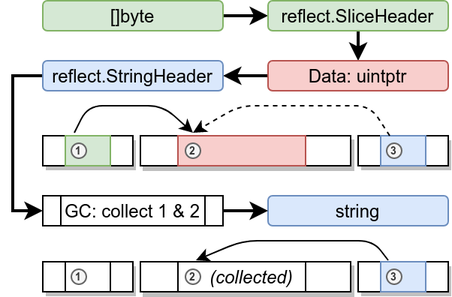
Earlier version of the draw.io export thesis/assets/figures/gcrace-vuln.png (jlauinger/master-of-science). Source tidied: cells renumbered, new cells last; positions are measured from the earlier drawing's top-left corner, leaving out a move shared by most shapes. The source it was exported from:
```xml
<mxGraphModel>
  <root>
    <mxCell id="0" />
    <mxCell id="1" parent="0" />
    <mxCell id="2" style="edgeStyle=orthogonalEdgeStyle;rounded=0;jettySize=auto;html=1;exitX=1;exitY=0.5;exitDx=0;exitDy=0;entryX=0;entryY=0.5;entryDx=0;entryDy=0;strokeWidth=2;" parent="1" edge="1" source="3" target="5">
      <mxGeometry relative="1" as="geometry" />
    </mxCell>
    <mxCell id="3" value="[]byte" style="rounded=1;whiteSpace=wrap;html=1;fillColor=#d5e8d4;strokeColor=#82b366;" parent="1" vertex="1">
      <mxGeometry width="120" height="20" as="geometry" />
    </mxCell>
    <mxCell id="4" style="edgeStyle=orthogonalEdgeStyle;rounded=0;jettySize=auto;html=1;exitX=0.5;exitY=1;exitDx=0;exitDy=0;entryX=0.5;entryY=0;entryDx=0;entryDy=0;strokeWidth=2;" parent="1" edge="1" source="5" target="7">
      <mxGeometry relative="1" as="geometry" />
    </mxCell>
    <mxCell id="5" value="reflect.SliceHeader" style="rounded=1;whiteSpace=wrap;html=1;fillColor=#d5e8d4;strokeColor=#82b366;" parent="1" vertex="1">
      <mxGeometry x="150" width="120" height="20" as="geometry" />
    </mxCell>
    <mxCell id="6" style="edgeStyle=orthogonalEdgeStyle;rounded=0;jettySize=auto;html=1;exitX=0;exitY=0.5;exitDx=0;exitDy=0;entryX=1;entryY=0.5;entryDx=0;entryDy=0;strokeWidth=2;" parent="1" edge="1" source="7" target="9">
      <mxGeometry relative="1" as="geometry" />
    </mxCell>
    <mxCell id="7" value="Data: uintptr" style="rounded=1;whiteSpace=wrap;html=1;fillColor=#f8cecc;strokeColor=#b85450;" parent="1" vertex="1">
      <mxGeometry x="150" y="40" width="120" height="20" as="geometry" />
    </mxCell>
    <mxCell id="8" style="edgeStyle=orthogonalEdgeStyle;rounded=0;jettySize=auto;html=1;exitX=0;exitY=0.5;exitDx=0;exitDy=0;entryX=0;entryY=0.5;entryDx=0;entryDy=0;strokeWidth=2;" parent="1" edge="1" source="9" target="12">
      <mxGeometry relative="1" as="geometry" />
    </mxCell>
    <mxCell id="9" value="reflect.StringHeader" style="rounded=1;whiteSpace=wrap;html=1;fillColor=#dae8fc;strokeColor=#6c8ebf;" parent="1" vertex="1">
      <mxGeometry y="40" width="120" height="20" as="geometry" />
    </mxCell>
    <mxCell id="10" value="string" style="rounded=1;whiteSpace=wrap;html=1;fillColor=#dae8fc;strokeColor=#6c8ebf;" parent="1" vertex="1">
      <mxGeometry x="150" y="130" width="120" height="20" as="geometry" />
    </mxCell>
    <mxCell id="11" style="edgeStyle=orthogonalEdgeStyle;rounded=0;jettySize=auto;html=1;exitX=1;exitY=0.5;exitDx=0;exitDy=0;entryX=0;entryY=0.5;entryDx=0;entryDy=0;strokeWidth=2;" parent="1" edge="1" source="12" target="10">
      <mxGeometry relative="1" as="geometry" />
    </mxCell>
    <mxCell id="12" value="GC: collect 1 &amp;amp; 2" style="shape=process;whiteSpace=wrap;html=1;backgroundOutline=1;" parent="1" vertex="1">
      <mxGeometry y="130" width="120" height="20" as="geometry" />
    </mxCell>
    <mxCell id="13" style="rounded=0;whiteSpace=wrap;html=1;strokeColor=#000000;comic=0;shadow=1;" parent="1" vertex="1">
      <mxGeometry x="65" y="90" width="140" height="20" as="geometry" />
    </mxCell>
    <mxCell id="14" style="rounded=0;whiteSpace=wrap;html=1;strokeColor=#b85450;fillColor=#f8cecc;" parent="1" vertex="1">
      <mxGeometry x="90" y="90" width="85" height="20" as="geometry" />
    </mxCell>
    <mxCell id="15" style="verticalLabelPosition=bottom;verticalAlign=top;html=1;shape=mxgraph.basic.rect;fillColor2=none;strokeWidth=1;size=20;indent=5;shadow=1;comic=0;" parent="1" vertex="1">
      <mxGeometry x="210" y="90" width="60" height="20" as="geometry" />
    </mxCell>
    <mxCell id="16" style="verticalLabelPosition=bottom;verticalAlign=top;html=1;shape=mxgraph.basic.rect;fillColor2=none;strokeWidth=1;size=20;indent=5;shadow=0;comic=0;fillColor=#dae8fc;strokeColor=#6c8ebf;" parent="1" vertex="1">
      <mxGeometry x="225" y="90" width="30" height="20" as="geometry" />
    </mxCell>
    <mxCell id="17" style="verticalLabelPosition=bottom;verticalAlign=top;html=1;shape=mxgraph.basic.rect;fillColor2=none;strokeWidth=1;size=20;indent=5;shadow=1;comic=0;" parent="1" vertex="1">
      <mxGeometry y="90" width="60" height="20" as="geometry" />
    </mxCell>
    <mxCell id="18" style="verticalLabelPosition=bottom;verticalAlign=top;html=1;shape=mxgraph.basic.rect;fillColor2=none;strokeWidth=1;size=20;indent=5;shadow=0;comic=0;fillColor=#d5e8d4;strokeColor=#82b366;" parent="1" vertex="1">
      <mxGeometry x="15" y="90" width="30" height="20" as="geometry" />
    </mxCell>
    <mxCell id="19" style="rounded=0;whiteSpace=wrap;html=1;strokeColor=#000000;comic=0;shadow=1;" parent="1" vertex="1">
      <mxGeometry x="65" y="174" width="140" height="20" as="geometry" />
    </mxCell>
    <mxCell id="20" value="&lt;i&gt;&amp;nbsp; &amp;nbsp; (collected)&lt;/i&gt;" style="rounded=0;whiteSpace=wrap;html=1;" parent="1" vertex="1">
      <mxGeometry x="90" y="174" width="85" height="20" as="geometry" />
    </mxCell>
    <mxCell id="21" style="verticalLabelPosition=bottom;verticalAlign=top;html=1;shape=mxgraph.basic.rect;fillColor2=none;strokeWidth=1;size=20;indent=5;shadow=1;comic=0;" parent="1" vertex="1">
      <mxGeometry x="210" y="174" width="60" height="20" as="geometry" />
    </mxCell>
    <mxCell id="22" style="verticalLabelPosition=bottom;verticalAlign=top;html=1;shape=mxgraph.basic.rect;fillColor2=none;strokeWidth=1;size=20;indent=5;shadow=0;comic=0;fillColor=#dae8fc;strokeColor=#6c8ebf;" parent="1" vertex="1">
      <mxGeometry x="225" y="174" width="30" height="20" as="geometry" />
    </mxCell>
    <mxCell id="23" style="verticalLabelPosition=bottom;verticalAlign=top;html=1;shape=mxgraph.basic.rect;fillColor2=none;strokeWidth=1;size=20;indent=5;shadow=1;comic=0;" parent="1" vertex="1">
      <mxGeometry y="174" width="60" height="20" as="geometry" />
    </mxCell>
    <mxCell id="24" style="verticalLabelPosition=bottom;verticalAlign=bottom;html=1;shape=mxgraph.basic.rect;fillColor2=none;strokeWidth=1;size=20;indent=5;shadow=0;comic=0;horizontal=1;" parent="1" vertex="1">
      <mxGeometry x="15" y="174" width="30" height="20" as="geometry" />
    </mxCell>
    <mxCell id="25" style="endArrow=classic;html=1;entryX=0.141;entryY=-0.05;entryDx=0;entryDy=0;entryPerimeter=0;" parent="1" edge="1" target="20">
      <mxGeometry relative="1" as="geometry">
        <mxPoint x="230" y="173" as="sourcePoint" />
        <Array as="points">
          <mxPoint x="220" y="160" />
          <mxPoint x="133" y="160" />
        </Array>
      </mxGeometry>
    </mxCell>
    <mxCell id="26" style="endArrow=classic;html=1;exitX=0.267;exitY=0.05;exitDx=0;exitDy=0;exitPerimeter=0;entryX=0.141;entryY=-0.05;entryDx=0;entryDy=0;entryPerimeter=0;dashed=1;" parent="1" edge="1">
      <mxGeometry relative="1" as="geometry">
        <mxPoint x="231" y="90" as="sourcePoint" />
        <mxPoint x="100" y="88" as="targetPoint" />
        <Array as="points">
          <mxPoint x="218" y="70" />
          <mxPoint x="131" y="70" />
        </Array>
      </mxGeometry>
    </mxCell>
    <mxCell id="27" style="endArrow=classic;html=1;exitX=0.2;exitY=-0.1;exitDx=0;exitDy=0;exitPerimeter=0;" parent="1" edge="1" source="18">
      <mxGeometry relative="1" as="geometry">
        <mxPoint x="100" y="88" as="targetPoint" />
        <Array as="points">
          <mxPoint x="30" y="70" />
          <mxPoint x="80" y="70" />
        </Array>
      </mxGeometry>
    </mxCell>
    <mxCell id="28" value="&lt;font style=&quot;font-size: 7px&quot;&gt;&lt;b&gt;1&lt;/b&gt;&lt;/font&gt;" style="ellipse;whiteSpace=wrap;html=1;shadow=0;comic=0;strokeColor=#666666;fillColor=#f5f5f5;fontColor=#333333;verticalAlign=bottom;spacing=-1;" parent="1" vertex="1">
      <mxGeometry x="19" y="95" width="10" height="10" as="geometry" />
    </mxCell>
    <mxCell id="29" value="&lt;font style=&quot;font-size: 7px&quot;&gt;&lt;b&gt;2&lt;/b&gt;&lt;/font&gt;" style="ellipse;whiteSpace=wrap;html=1;shadow=0;comic=0;strokeColor=#666666;fillColor=#f5f5f5;fontColor=#333333;verticalAlign=bottom;spacing=-1;" parent="1" vertex="1">
      <mxGeometry x="95" y="95" width="10" height="10" as="geometry" />
    </mxCell>
    <mxCell id="30" value="&lt;font style=&quot;font-size: 7px&quot;&gt;&lt;b&gt;3&lt;/b&gt;&lt;/font&gt;" style="ellipse;whiteSpace=wrap;html=1;shadow=0;comic=0;strokeColor=#666666;fillColor=#f5f5f5;fontColor=#333333;verticalAlign=bottom;spacing=-1;" parent="1" vertex="1">
      <mxGeometry x="229" y="95" width="10" height="10" as="geometry" />
    </mxCell>
    <mxCell id="31" value="&lt;font style=&quot;font-size: 7px&quot;&gt;&lt;b&gt;1&lt;/b&gt;&lt;/font&gt;" style="ellipse;whiteSpace=wrap;html=1;shadow=0;comic=0;strokeColor=#666666;fillColor=#f5f5f5;fontColor=#333333;verticalAlign=bottom;spacing=-1;" parent="1" vertex="1">
      <mxGeometry x="19" y="179" width="10" height="10" as="geometry" />
    </mxCell>
    <mxCell id="32" value="&lt;font style=&quot;font-size: 7px&quot;&gt;&lt;b&gt;2&lt;/b&gt;&lt;/font&gt;" style="ellipse;whiteSpace=wrap;html=1;shadow=0;comic=0;strokeColor=#666666;fillColor=#f5f5f5;fontColor=#333333;verticalAlign=bottom;spacing=-1;" parent="1" vertex="1">
      <mxGeometry x="95" y="179" width="10" height="10" as="geometry" />
    </mxCell>
    <mxCell id="33" value="&lt;font style=&quot;font-size: 7px&quot;&gt;&lt;b&gt;3&lt;/b&gt;&lt;/font&gt;" style="ellipse;whiteSpace=wrap;html=1;shadow=0;comic=0;strokeColor=#666666;fillColor=#f5f5f5;fontColor=#333333;verticalAlign=bottom;spacing=-1;" parent="1" vertex="1">
      <mxGeometry x="229" y="179" width="10" height="10" as="geometry" />
    </mxCell>
  </root>
</mxGraphModel>
```
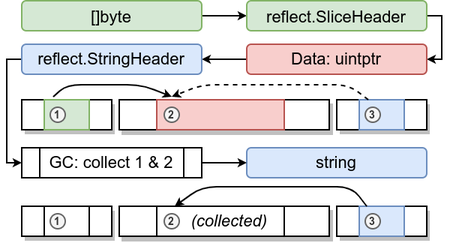
Above is the later version.

Commit message:
add references, make gcrace figure more compact

The edit, as a diff of the source:
```diff
@@ -2,120 +2,131 @@
   <root>
     <mxCell id="0" />
     <mxCell id="1" parent="0" />
-    <mxCell id="2" style="edgeStyle=orthogonalEdgeStyle;rounded=0;jettySize=auto;html=1;exitX=1;exitY=0.5;exitDx=0;exitDy=0;entryX=0;entryY=0.5;entryDx=0;entryDy=0;strokeWidth=2;" parent="1" edge="1" source="3" target="5">
+    <mxCell id="2" style="edgeStyle=orthogonalEdgeStyle;rounded=0;jettySize=auto;html=1;exitX=1;exitY=0.5;exitDx=0;exitDy=0;entryX=0;entryY=0.5;entryDx=0;entryDy=0;strokeWidth=1;endSize=3;" parent="1" edge="1" source="3" target="5">
       <mxGeometry relative="1" as="geometry" />
     </mxCell>
-    <mxCell id="3" value="[]byte" style="rounded=1;whiteSpace=wrap;html=1;fillColor=#d5e8d4;strokeColor=#82b366;" parent="1" vertex="1">
+    <mxCell id="3" value="&lt;font style=&quot;font-size: 11px&quot;&gt;[]byte&lt;/font&gt;" style="rounded=1;whiteSpace=wrap;html=1;fillColor=#d5e8d4;strokeColor=#82b366;" parent="1" vertex="1">
       <mxGeometry width="120" height="20" as="geometry" />
     </mxCell>
-    <mxCell id="4" style="edgeStyle=orthogonalEdgeStyle;rounded=0;jettySize=auto;html=1;exitX=0.5;exitY=1;exitDx=0;exitDy=0;entryX=0.5;entryY=0;entryDx=0;entryDy=0;strokeWidth=2;" parent="1" edge="1" source="5" target="7">
-      <mxGeometry relative="1" as="geometry" />
+    <mxCell id="4" style="edgeStyle=orthogonalEdgeStyle;rounded=0;jumpSize=6;jettySize=auto;html=1;exitX=1;exitY=0.5;exitDx=0;exitDy=0;entryX=1;entryY=0.5;entryDx=0;entryDy=0;endSize=3;strokeWidth=1;fontSize=11;" parent="1" edge="1" source="5" target="7">
+      <mxGeometry relative="1" as="geometry">
+        <Array as="points">
+          <mxPoint x="280" y="10" />
+          <mxPoint x="280" y="39" />
+        </Array>
+      </mxGeometry>
     </mxCell>
-    <mxCell id="5" value="reflect.SliceHeader" style="rounded=1;whiteSpace=wrap;html=1;fillColor=#d5e8d4;strokeColor=#82b366;" parent="1" vertex="1">
+    <mxCell id="5" value="&lt;font style=&quot;font-size: 11px&quot;&gt;reflect.SliceHeader&lt;/font&gt;" style="rounded=1;whiteSpace=wrap;html=1;fillColor=#d5e8d4;strokeColor=#82b366;" parent="1" vertex="1">
       <mxGeometry x="150" width="120" height="20" as="geometry" />
     </mxCell>
-    <mxCell id="6" style="edgeStyle=orthogonalEdgeStyle;rounded=0;jettySize=auto;html=1;exitX=0;exitY=0.5;exitDx=0;exitDy=0;entryX=1;entryY=0.5;entryDx=0;entryDy=0;strokeWidth=2;" parent="1" edge="1" source="7" target="9">
+    <mxCell id="6" style="edgeStyle=orthogonalEdgeStyle;rounded=0;jettySize=auto;html=1;exitX=0;exitY=0.5;exitDx=0;exitDy=0;entryX=1;entryY=0.5;entryDx=0;entryDy=0;strokeWidth=1;endSize=3;" parent="1" edge="1" source="7" target="9">
       <mxGeometry relative="1" as="geometry" />
     </mxCell>
-    <mxCell id="7" value="Data: uintptr" style="rounded=1;whiteSpace=wrap;html=1;fillColor=#f8cecc;strokeColor=#b85450;" parent="1" vertex="1">
-      <mxGeometry x="150" y="40" width="120" height="20" as="geometry" />
+    <mxCell id="7" value="Data: uintptr" style="rounded=1;whiteSpace=wrap;html=1;fillColor=#f8cecc;strokeColor=#b85450;fontSize=11;" parent="1" vertex="1">
+      <mxGeometry x="150" y="29" width="120" height="20" as="geometry" />
     </mxCell>
-    <mxCell id="8" style="edgeStyle=orthogonalEdgeStyle;rounded=0;jettySize=auto;html=1;exitX=0;exitY=0.5;exitDx=0;exitDy=0;entryX=0;entryY=0.5;entryDx=0;entryDy=0;strokeWidth=2;" parent="1" edge="1" source="9" target="12">
-      <mxGeometry relative="1" as="geometry" />
+    <mxCell id="8" style="edgeStyle=orthogonalEdgeStyle;rounded=0;jettySize=auto;html=1;exitX=0;exitY=0.5;exitDx=0;exitDy=0;entryX=0;entryY=0.5;entryDx=0;entryDy=0;strokeWidth=1;endSize=3;" parent="1" edge="1" source="9" target="12">
+      <mxGeometry relative="1" as="geometry">
+        <Array as="points">
+          <mxPoint x="-10" y="39" />
+          <mxPoint x="-10" y="108" />
+        </Array>
+      </mxGeometry>
     </mxCell>
-    <mxCell id="9" value="reflect.StringHeader" style="rounded=1;whiteSpace=wrap;html=1;fillColor=#dae8fc;strokeColor=#6c8ebf;" parent="1" vertex="1">
-      <mxGeometry y="40" width="120" height="20" as="geometry" />
+    <mxCell id="9" value="reflect.StringHeader" style="rounded=1;whiteSpace=wrap;html=1;fillColor=#dae8fc;strokeColor=#6c8ebf;fontSize=11;" parent="1" vertex="1">
+      <mxGeometry y="29" width="120" height="20" as="geometry" />
     </mxCell>
-    <mxCell id="10" value="string" style="rounded=1;whiteSpace=wrap;html=1;fillColor=#dae8fc;strokeColor=#6c8ebf;" parent="1" vertex="1">
-      <mxGeometry x="150" y="130" width="120" height="20" as="geometry" />
+    <mxCell id="10" value="string" style="rounded=1;whiteSpace=wrap;html=1;fillColor=#dae8fc;strokeColor=#6c8ebf;fontSize=11;" parent="1" vertex="1">
+      <mxGeometry x="150" y="98" width="120" height="20" as="geometry" />
     </mxCell>
-    <mxCell id="11" style="edgeStyle=orthogonalEdgeStyle;rounded=0;jettySize=auto;html=1;exitX=1;exitY=0.5;exitDx=0;exitDy=0;entryX=0;entryY=0.5;entryDx=0;entryDy=0;strokeWidth=2;" parent="1" edge="1" source="12" target="10">
+    <mxCell id="11" style="edgeStyle=orthogonalEdgeStyle;rounded=0;jettySize=auto;html=1;exitX=1;exitY=0.5;exitDx=0;exitDy=0;entryX=0;entryY=0.5;entryDx=0;entryDy=0;strokeWidth=1;jumpSize=6;endSize=3;" parent="1" edge="1" source="12" target="10">
       <mxGeometry relative="1" as="geometry" />
     </mxCell>
-    <mxCell id="12" value="GC: collect 1 &amp;amp; 2" style="shape=process;whiteSpace=wrap;html=1;backgroundOutline=1;" parent="1" vertex="1">
-      <mxGeometry y="130" width="120" height="20" as="geometry" />
+    <mxCell id="12" value="GC: collect 1 &amp;amp; 2" style="shape=process;whiteSpace=wrap;html=1;backgroundOutline=1;fontSize=11;" parent="1" vertex="1">
+      <mxGeometry y="98" width="120" height="20" as="geometry" />
     </mxCell>
     <mxCell id="13" style="rounded=0;whiteSpace=wrap;html=1;strokeColor=#000000;comic=0;shadow=1;" parent="1" vertex="1">
-      <mxGeometry x="65" y="90" width="140" height="20" as="geometry" />
+      <mxGeometry x="65" y="66" width="140" height="20" as="geometry" />
     </mxCell>
     <mxCell id="14" style="rounded=0;whiteSpace=wrap;html=1;strokeColor=#b85450;fillColor=#f8cecc;" parent="1" vertex="1">
-      <mxGeometry x="90" y="90" width="85" height="20" as="geometry" />
+      <mxGeometry x="90" y="66" width="85" height="20" as="geometry" />
     </mxCell>
     <mxCell id="15" style="verticalLabelPosition=bottom;verticalAlign=top;html=1;shape=mxgraph.basic.rect;fillColor2=none;strokeWidth=1;size=20;indent=5;shadow=1;comic=0;" parent="1" vertex="1">
-      <mxGeometry x="210" y="90" width="60" height="20" as="geometry" />
+      <mxGeometry x="210" y="66" width="60" height="20" as="geometry" />
     </mxCell>
     <mxCell id="16" style="verticalLabelPosition=bottom;verticalAlign=top;html=1;shape=mxgraph.basic.rect;fillColor2=none;strokeWidth=1;size=20;indent=5;shadow=0;comic=0;fillColor=#dae8fc;strokeColor=#6c8ebf;" parent="1" vertex="1">
-      <mxGeometry x="225" y="90" width="30" height="20" as="geometry" />
+      <mxGeometry x="225" y="66" width="30" height="20" as="geometry" />
     </mxCell>
     <mxCell id="17" style="verticalLabelPosition=bottom;verticalAlign=top;html=1;shape=mxgraph.basic.rect;fillColor2=none;strokeWidth=1;size=20;indent=5;shadow=1;comic=0;" parent="1" vertex="1">
-      <mxGeometry y="90" width="60" height="20" as="geometry" />
+      <mxGeometry y="66" width="60" height="20" as="geometry" />
     </mxCell>
     <mxCell id="18" style="verticalLabelPosition=bottom;verticalAlign=top;html=1;shape=mxgraph.basic.rect;fillColor2=none;strokeWidth=1;size=20;indent=5;shadow=0;comic=0;fillColor=#d5e8d4;strokeColor=#82b366;" parent="1" vertex="1">
-      <mxGeometry x="15" y="90" width="30" height="20" as="geometry" />
+      <mxGeometry x="15" y="66" width="30" height="20" as="geometry" />
     </mxCell>
     <mxCell id="19" style="rounded=0;whiteSpace=wrap;html=1;strokeColor=#000000;comic=0;shadow=1;" parent="1" vertex="1">
-      <mxGeometry x="65" y="174" width="140" height="20" as="geometry" />
+      <mxGeometry x="65" y="137" width="140" height="20" as="geometry" />
     </mxCell>
-    <mxCell id="20" value="&lt;i&gt;&amp;nbsp; &amp;nbsp; (collected)&lt;/i&gt;" style="rounded=0;whiteSpace=wrap;html=1;" parent="1" vertex="1">
-      <mxGeometry x="90" y="174" width="85" height="20" as="geometry" />
+    <mxCell id="20" value="&lt;i style=&quot;font-size: 11px;&quot;&gt;&amp;nbsp; &amp;nbsp; (collected)&lt;/i&gt;" style="rounded=0;whiteSpace=wrap;html=1;fontSize=11;" parent="1" vertex="1">
+      <mxGeometry x="90" y="137" width="85" height="20" as="geometry" />
     </mxCell>
     <mxCell id="21" style="verticalLabelPosition=bottom;verticalAlign=top;html=1;shape=mxgraph.basic.rect;fillColor2=none;strokeWidth=1;size=20;indent=5;shadow=1;comic=0;" parent="1" vertex="1">
-      <mxGeometry x="210" y="174" width="60" height="20" as="geometry" />
+      <mxGeometry x="210" y="137" width="60" height="20" as="geometry" />
     </mxCell>
     <mxCell id="22" style="verticalLabelPosition=bottom;verticalAlign=top;html=1;shape=mxgraph.basic.rect;fillColor2=none;strokeWidth=1;size=20;indent=5;shadow=0;comic=0;fillColor=#dae8fc;strokeColor=#6c8ebf;" parent="1" vertex="1">
-      <mxGeometry x="225" y="174" width="30" height="20" as="geometry" />
+      <mxGeometry x="225" y="137" width="30" height="20" as="geometry" />
     </mxCell>
     <mxCell id="23" style="verticalLabelPosition=bottom;verticalAlign=top;html=1;shape=mxgraph.basic.rect;fillColor2=none;strokeWidth=1;size=20;indent=5;shadow=1;comic=0;" parent="1" vertex="1">
-      <mxGeometry y="174" width="60" height="20" as="geometry" />
+      <mxGeometry y="137" width="60" height="20" as="geometry" />
     </mxCell>
     <mxCell id="24" style="verticalLabelPosition=bottom;verticalAlign=bottom;html=1;shape=mxgraph.basic.rect;fillColor2=none;strokeWidth=1;size=20;indent=5;shadow=0;comic=0;horizontal=1;" parent="1" vertex="1">
-      <mxGeometry x="15" y="174" width="30" height="20" as="geometry" />
+      <mxGeometry x="15" y="137" width="30" height="20" as="geometry" />
     </mxCell>
-    <mxCell id="25" style="endArrow=classic;html=1;entryX=0.141;entryY=-0.05;entryDx=0;entryDy=0;entryPerimeter=0;" parent="1" edge="1" target="20">
+    <mxCell id="25" style="endArrow=classic;html=1;entryX=0.141;entryY=-0.05;entryDx=0;entryDy=0;entryPerimeter=0;endSize=3;" parent="1" edge="1">
       <mxGeometry relative="1" as="geometry">
-        <mxPoint x="230" y="173" as="sourcePoint" />
+        <mxPoint x="230" y="137" as="sourcePoint" />
+        <mxPoint x="102" y="137" as="targetPoint" />
         <Array as="points">
-          <mxPoint x="220" y="160" />
-          <mxPoint x="133" y="160" />
+          <mxPoint x="220" y="124" />
+          <mxPoint x="120" y="124" />
         </Array>
       </mxGeometry>
     </mxCell>
-    <mxCell id="26" style="endArrow=classic;html=1;exitX=0.267;exitY=0.05;exitDx=0;exitDy=0;exitPerimeter=0;entryX=0.141;entryY=-0.05;entryDx=0;entryDy=0;entryPerimeter=0;dashed=1;" parent="1" edge="1">
+    <mxCell id="26" style="endArrow=classic;html=1;exitX=0.267;exitY=0.05;exitDx=0;exitDy=0;exitPerimeter=0;entryX=0.141;entryY=-0.05;entryDx=0;entryDy=0;entryPerimeter=0;dashed=1;endSize=3;" parent="1" edge="1">
       <mxGeometry relative="1" as="geometry">
-        <mxPoint x="231" y="90" as="sourcePoint" />
-        <mxPoint x="100" y="88" as="targetPoint" />
+        <mxPoint x="231" y="66" as="sourcePoint" />
+        <mxPoint x="100" y="64" as="targetPoint" />
         <Array as="points">
-          <mxPoint x="218" y="70" />
-          <mxPoint x="131" y="70" />
+          <mxPoint x="218" y="56" />
+          <mxPoint x="120" y="56" />
         </Array>
       </mxGeometry>
     </mxCell>
-    <mxCell id="27" style="endArrow=classic;html=1;exitX=0.2;exitY=-0.1;exitDx=0;exitDy=0;exitPerimeter=0;" parent="1" edge="1" source="18">
+    <mxCell id="27" style="endArrow=classic;html=1;exitX=0.2;exitY=-0.1;exitDx=0;exitDy=0;exitPerimeter=0;endSize=3;" parent="1" edge="1" source="18">
       <mxGeometry relative="1" as="geometry">
-        <mxPoint x="100" y="88" as="targetPoint" />
+        <mxPoint x="100" y="64" as="targetPoint" />
         <Array as="points">
-          <mxPoint x="30" y="70" />
-          <mxPoint x="80" y="70" />
+          <mxPoint x="30" y="56" />
+          <mxPoint x="80" y="56" />
         </Array>
       </mxGeometry>
     </mxCell>
     <mxCell id="28" value="&lt;font style=&quot;font-size: 7px&quot;&gt;&lt;b&gt;1&lt;/b&gt;&lt;/font&gt;" style="ellipse;whiteSpace=wrap;html=1;shadow=0;comic=0;strokeColor=#666666;fillColor=#f5f5f5;fontColor=#333333;verticalAlign=bottom;spacing=-1;" parent="1" vertex="1">
-      <mxGeometry x="19" y="95" width="10" height="10" as="geometry" />
+      <mxGeometry x="19" y="71" width="10" height="10" as="geometry" />
     </mxCell>
     <mxCell id="29" value="&lt;font style=&quot;font-size: 7px&quot;&gt;&lt;b&gt;2&lt;/b&gt;&lt;/font&gt;" style="ellipse;whiteSpace=wrap;html=1;shadow=0;comic=0;strokeColor=#666666;fillColor=#f5f5f5;fontColor=#333333;verticalAlign=bottom;spacing=-1;" parent="1" vertex="1">
-      <mxGeometry x="95" y="95" width="10" height="10" as="geometry" />
+      <mxGeometry x="95" y="71" width="10" height="10" as="geometry" />
     </mxCell>
     <mxCell id="30" value="&lt;font style=&quot;font-size: 7px&quot;&gt;&lt;b&gt;3&lt;/b&gt;&lt;/font&gt;" style="ellipse;whiteSpace=wrap;html=1;shadow=0;comic=0;strokeColor=#666666;fillColor=#f5f5f5;fontColor=#333333;verticalAlign=bottom;spacing=-1;" parent="1" vertex="1">
-      <mxGeometry x="229" y="95" width="10" height="10" as="geometry" />
+      <mxGeometry x="229" y="71" width="10" height="10" as="geometry" />
     </mxCell>
     <mxCell id="31" value="&lt;font style=&quot;font-size: 7px&quot;&gt;&lt;b&gt;1&lt;/b&gt;&lt;/font&gt;" style="ellipse;whiteSpace=wrap;html=1;shadow=0;comic=0;strokeColor=#666666;fillColor=#f5f5f5;fontColor=#333333;verticalAlign=bottom;spacing=-1;" parent="1" vertex="1">
-      <mxGeometry x="19" y="179" width="10" height="10" as="geometry" />
+      <mxGeometry x="19" y="142" width="10" height="10" as="geometry" />
     </mxCell>
     <mxCell id="32" value="&lt;font style=&quot;font-size: 7px&quot;&gt;&lt;b&gt;2&lt;/b&gt;&lt;/font&gt;" style="ellipse;whiteSpace=wrap;html=1;shadow=0;comic=0;strokeColor=#666666;fillColor=#f5f5f5;fontColor=#333333;verticalAlign=bottom;spacing=-1;" parent="1" vertex="1">
-      <mxGeometry x="95" y="179" width="10" height="10" as="geometry" />
+      <mxGeometry x="95" y="142" width="10" height="10" as="geometry" />
     </mxCell>
     <mxCell id="33" value="&lt;font style=&quot;font-size: 7px&quot;&gt;&lt;b&gt;3&lt;/b&gt;&lt;/font&gt;" style="ellipse;whiteSpace=wrap;html=1;shadow=0;comic=0;strokeColor=#666666;fillColor=#f5f5f5;fontColor=#333333;verticalAlign=bottom;spacing=-1;" parent="1" vertex="1">
-      <mxGeometry x="229" y="179" width="10" height="10" as="geometry" />
+      <mxGeometry x="229" y="142" width="10" height="10" as="geometry" />
     </mxCell>
   </root>
 </mxGraphModel>
```
